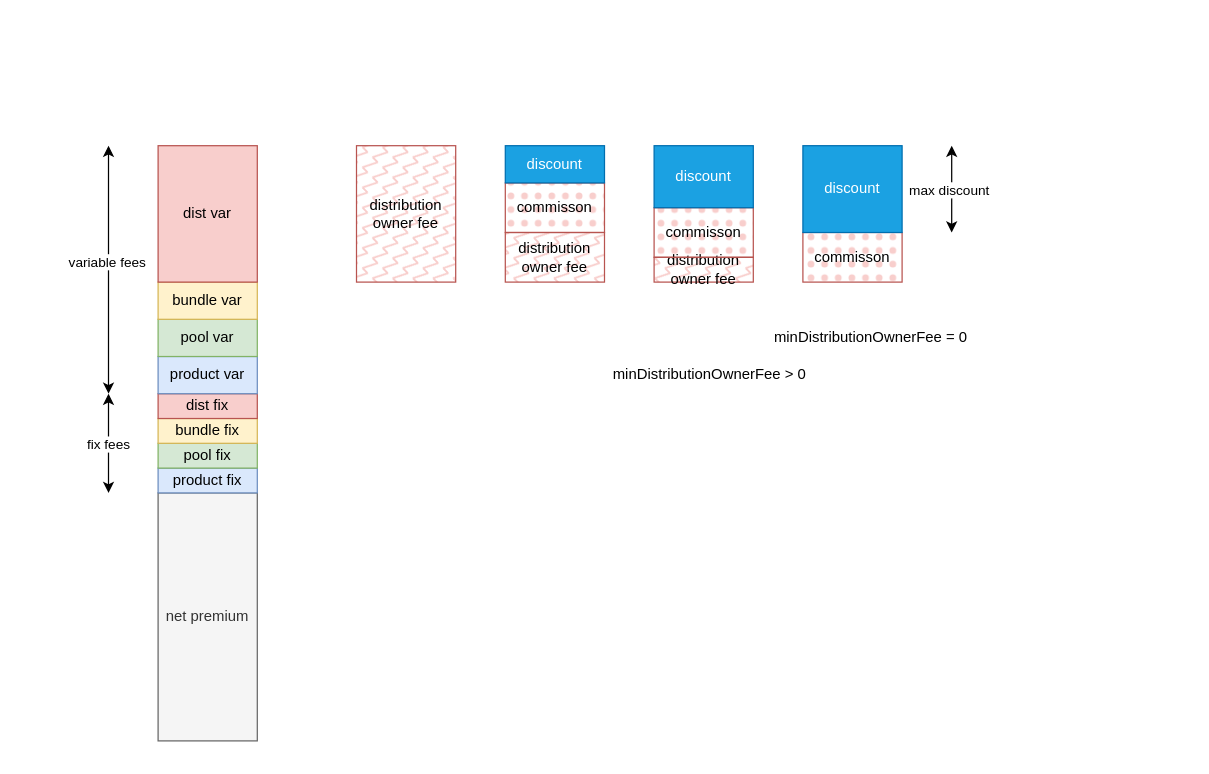
Above: docs_manual/distribution_fee.drawio in etherisc/gif-next (draw.io), before the change. Source tidied: cells renumbered, new cells numbered last; positions are measured from the earlier drawing's top-left corner, leaving out a move shared by most shapes. Both pictures are drawn from the tidied source at 124%, with x=0, y=0 at pixel (108, 145).
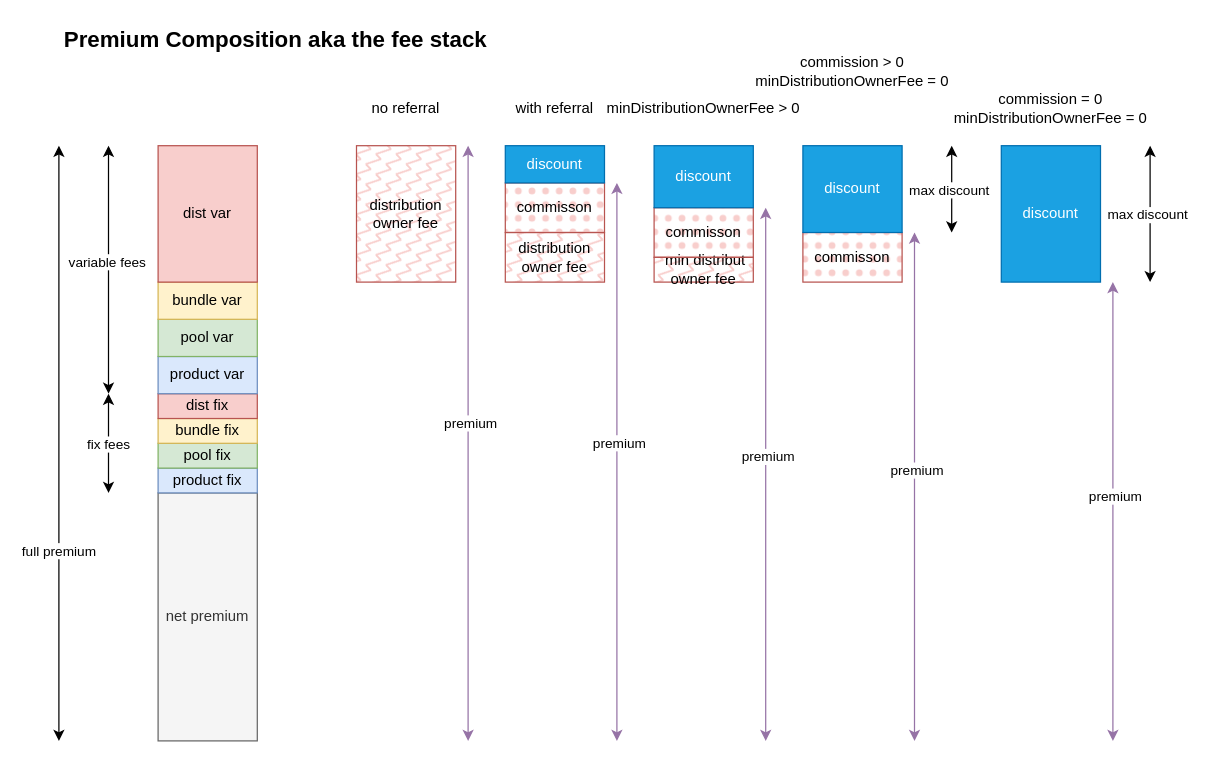
After the change.

The edit, as a diff of the source:
```diff
@@
-    <mxCell id="15" value="distribution&lt;div&gt;owner fee&lt;/div&gt;" style="rounded=0;whiteSpace=wrap;html=1;fillColor=#f8cecc;strokeColor=#b85450;fillStyle=zigzag-line;" parent="1" vertex="1">
+    <mxCell id="15" value="&amp;nbsp;min distribut&lt;div&gt;owner fee&lt;/div&gt;" style="rounded=0;whiteSpace=wrap;html=1;fillColor=#f8cecc;strokeColor=#b85450;fillStyle=zigzag-line;" parent="1" vertex="1">
       <mxGeometry x="440" y="90" width="80" height="20" as="geometry" />
     </mxCell>
@@
-    <mxCell id="26" value="minDistributionOwnerFee = 0" style="text;html=1;align=center;verticalAlign=middle;whiteSpace=wrap;rounded=0;" parent="1" vertex="1">
-      <mxGeometry x="500" y="140" width="230" height="30" as="geometry" />
+    <mxCell id="26" value="commission &amp;gt; 0&lt;br&gt;minDistributionOwnerFee = 0" style="text;html=1;align=center;verticalAlign=middle;whiteSpace=wrap;rounded=0;" parent="1" vertex="1">
+      <mxGeometry x="485" y="-75" width="230" height="30" as="geometry" />
     </mxCell>
     <mxCell id="27" value="minDistributionOwnerFee &amp;gt; 0" style="text;html=1;align=center;verticalAlign=middle;whiteSpace=wrap;rounded=0;" parent="1" vertex="1">
-      <mxGeometry x="370" y="170" width="230" height="30" as="geometry" />
+      <mxGeometry x="365" y="-45" width="230" height="30" as="geometry" />
     </mxCell>
+    <mxCell id="28" style="endArrow=classic;startArrow=classic;html=1;rounded=0;" parent="1" edge="1">
+      <mxGeometry relative="1" as="geometry">
+        <mxPoint x="-40" y="480" as="sourcePoint" />
+        <mxPoint x="-40" as="targetPoint" />
+      </mxGeometry>
+    </mxCell>
+    <mxCell id="29" value="full premium" style="edgeLabel;html=1;align=center;verticalAlign=middle;" parent="28" vertex="1">
+      <mxGeometry x="-0.36" y="1" relative="1" as="geometry" />
+    </mxCell>
+    <mxCell id="30" value="no referral" style="text;html=1;align=center;verticalAlign=middle;whiteSpace=wrap;rounded=0;" parent="1" vertex="1">
+      <mxGeometry x="210" y="-45" width="60" height="30" as="geometry" />
+    </mxCell>
+    <mxCell id="31" value="with referral" style="text;html=1;align=center;verticalAlign=middle;whiteSpace=wrap;rounded=0;" parent="1" vertex="1">
+      <mxGeometry x="315" y="-40" width="90" height="20" as="geometry" />
+    </mxCell>
+    <mxCell id="32" value="discount" style="rounded=0;whiteSpace=wrap;html=1;fillColor=#1ba1e2;strokeColor=#006EAF;fillStyle=solid;fontColor=#ffffff;" parent="1" vertex="1">
+      <mxGeometry x="720" width="80" height="110" as="geometry" />
+    </mxCell>
+    <mxCell id="33" style="endArrow=classic;startArrow=classic;html=1;rounded=0;" parent="1" edge="1">
+      <mxGeometry relative="1" as="geometry">
+        <mxPoint x="840" y="110" as="sourcePoint" />
+        <mxPoint x="840" as="targetPoint" />
+      </mxGeometry>
+    </mxCell>
+    <mxCell id="34" value="max discount" style="edgeLabel;html=1;align=center;verticalAlign=middle;" parent="33" vertex="1">
+      <mxGeometry y="3" relative="1" as="geometry" />
+    </mxCell>
+    <mxCell id="35" value="commission = 0&lt;br&gt;minDistributionOwnerFee = 0" style="text;html=1;align=center;verticalAlign=middle;whiteSpace=wrap;rounded=0;" parent="1" vertex="1">
+      <mxGeometry x="670" y="-45" width="180" height="30" as="geometry" />
+    </mxCell>
+    <mxCell id="36" value="Premium Composition aka the fee stack" style="text;html=1;align=center;verticalAlign=middle;whiteSpace=wrap;rounded=0;horizontal=1;fontSize=18;fontStyle=1;" parent="1" vertex="1">
+      <mxGeometry x="-60" y="-100" width="390" height="30" as="geometry" />
+    </mxCell>
+    <mxCell id="37" style="endArrow=classic;startArrow=classic;html=1;rounded=0;strokeColor=#9673a6;fillColor=#e1d5e7;" parent="1" edge="1">
+      <mxGeometry relative="1" as="geometry">
+        <mxPoint x="290" as="sourcePoint" />
+        <mxPoint x="290" y="480" as="targetPoint" />
+      </mxGeometry>
+    </mxCell>
+    <mxCell id="38" value="premium" style="edgeLabel;html=1;align=center;verticalAlign=middle;" parent="37" vertex="1">
+      <mxGeometry x="-0.07" y="1" relative="1" as="geometry" />
+    </mxCell>
+    <mxCell id="39" style="endArrow=classic;startArrow=classic;html=1;rounded=0;strokeColor=#9673a6;fillColor=#e1d5e7;" parent="1" edge="1">
+      <mxGeometry relative="1" as="geometry">
+        <mxPoint x="410" y="30" as="sourcePoint" />
+        <mxPoint x="410" y="480" as="targetPoint" />
+      </mxGeometry>
+    </mxCell>
+    <mxCell id="40" value="premium" style="edgeLabel;html=1;align=center;verticalAlign=middle;" parent="39" vertex="1">
+      <mxGeometry x="-0.07" y="1" relative="1" as="geometry" />
+    </mxCell>
+    <mxCell id="41" style="endArrow=classic;startArrow=classic;html=1;rounded=0;strokeColor=#9673a6;fillColor=#e1d5e7;" parent="1" edge="1">
+      <mxGeometry relative="1" as="geometry">
+        <mxPoint x="530" y="50" as="sourcePoint" />
+        <mxPoint x="530" y="480" as="targetPoint" />
+      </mxGeometry>
+    </mxCell>
+    <mxCell id="42" value="premium" style="edgeLabel;html=1;align=center;verticalAlign=middle;" parent="41" vertex="1">
+      <mxGeometry x="-0.07" y="1" relative="1" as="geometry" />
+    </mxCell>
+    <mxCell id="43" style="endArrow=classic;startArrow=classic;html=1;rounded=0;strokeColor=#9673a6;fillColor=#e1d5e7;" parent="1" edge="1">
+      <mxGeometry relative="1" as="geometry">
+        <mxPoint x="650" y="70" as="sourcePoint" />
+        <mxPoint x="650" y="480" as="targetPoint" />
+      </mxGeometry>
+    </mxCell>
+    <mxCell id="44" value="premium" style="edgeLabel;html=1;align=center;verticalAlign=middle;" parent="43" vertex="1">
+      <mxGeometry x="-0.07" y="1" relative="1" as="geometry" />
+    </mxCell>
+    <mxCell id="45" style="endArrow=classic;startArrow=classic;html=1;rounded=0;strokeColor=#9673a6;fillColor=#e1d5e7;" parent="1" edge="1">
+      <mxGeometry relative="1" as="geometry">
+        <mxPoint x="810" y="110" as="sourcePoint" />
+        <mxPoint x="810" y="480" as="targetPoint" />
+      </mxGeometry>
+    </mxCell>
+    <mxCell id="46" value="premium" style="edgeLabel;html=1;align=center;verticalAlign=middle;" parent="45" vertex="1">
+      <mxGeometry x="-0.07" y="1" relative="1" as="geometry" />
+    </mxCell>
```
